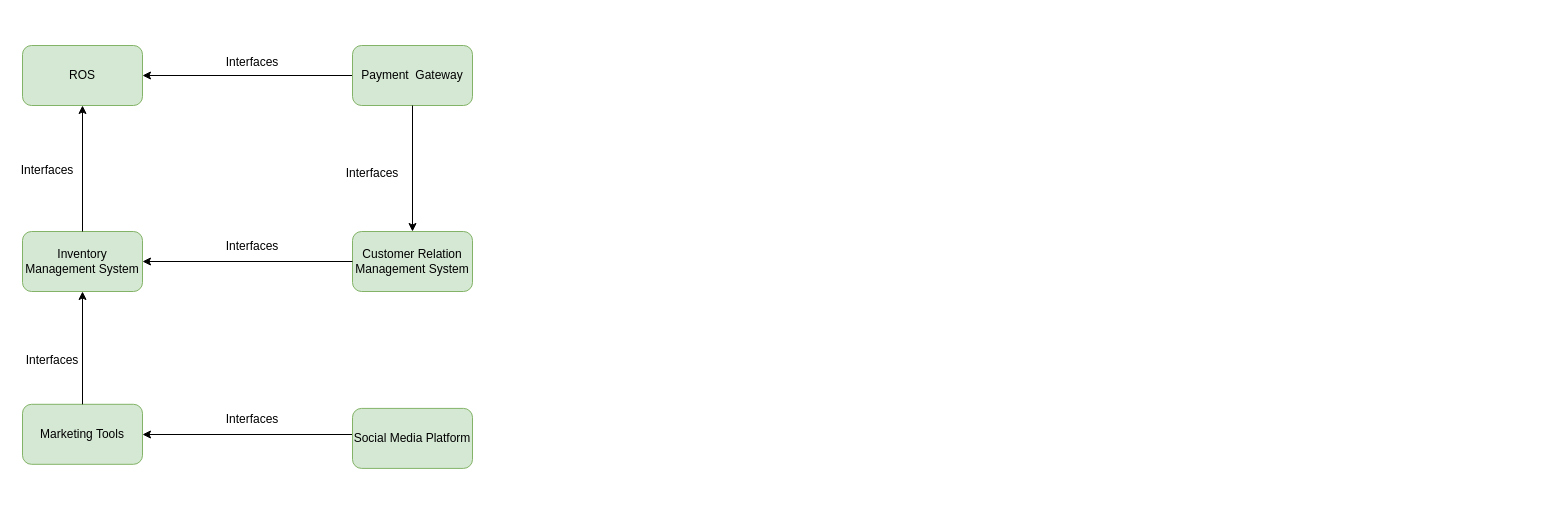
PloKoon68/Sport-Complexes-Management-System-Database keeps this draw.io diagram as Untitled Diagram.drawio. Above is the earlier version. Source tidied: cells renumbered, new cells numbered last; positions are measured from the earlier drawing's top-left corner, leaving out a move shared by most shapes. Both pictures are drawn from the tidied source at 100%, with x=0, y=0 at pixel (17, 45).
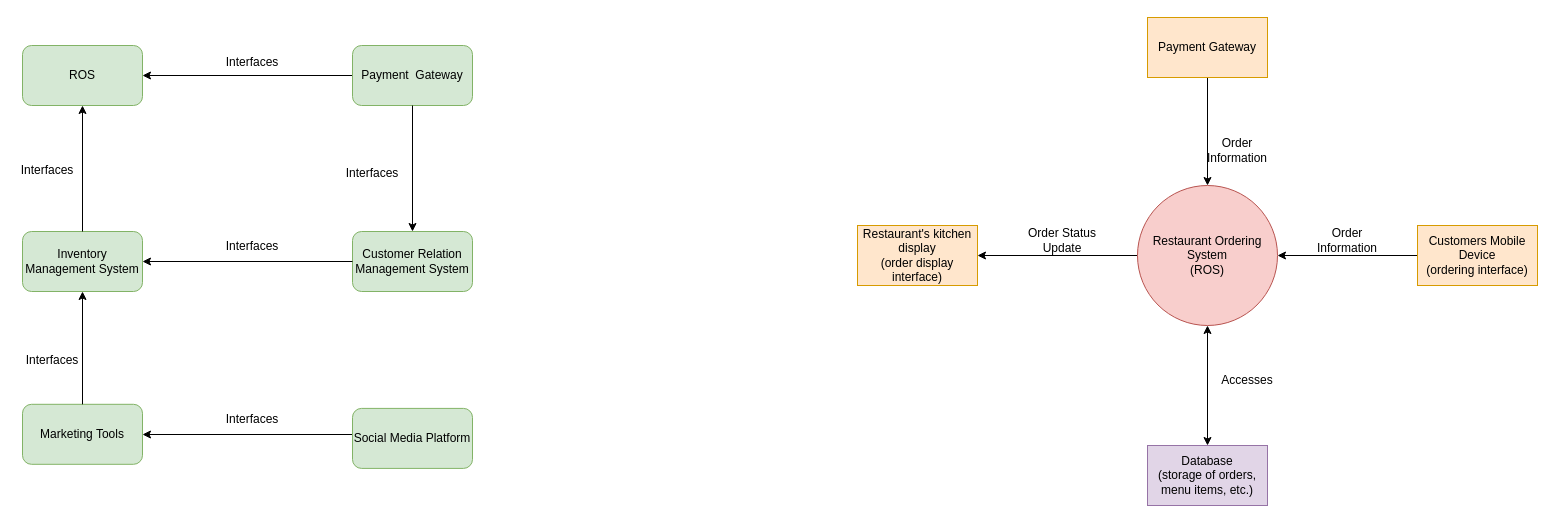
After the change.

The edit, as a diff of the source:
```diff
@@
+    <mxCell id="20" style="edgeStyle=orthogonalEdgeStyle;rounded=0;jettySize=auto;html=1;entryX=1;entryY=0.5;entryDx=0;entryDy=0;" parent="1" edge="1" source="21" target="24">
+      <mxGeometry relative="1" as="geometry" />
+    </mxCell>
+    <mxCell id="21" value="Restaurant Ordering System&lt;br&gt;(ROS)" style="ellipse;whiteSpace=wrap;html=1;fillColor=#f8cecc;strokeColor=#b85450;" parent="1" vertex="1">
+      <mxGeometry x="1120" y="140" width="140" height="140" as="geometry" />
+    </mxCell>
+    <mxCell id="22" style="edgeStyle=orthogonalEdgeStyle;rounded=0;jettySize=auto;html=1;exitX=0;exitY=0.5;exitDx=0;exitDy=0;" parent="1" edge="1" source="23" target="21">
+      <mxGeometry relative="1" as="geometry" />
+    </mxCell>
+    <mxCell id="23" value="Customers Mobile Device &lt;br&gt;(ordering interface)" style="rounded=0;whiteSpace=wrap;html=1;fillColor=#ffe6cc;strokeColor=#d79b00;" parent="1" vertex="1">
+      <mxGeometry x="1400" y="180" width="120" height="60" as="geometry" />
+    </mxCell>
+    <mxCell id="24" value="Restaurant's kitchen display &lt;br&gt;(order display interface)" style="rounded=0;whiteSpace=wrap;html=1;fillColor=#ffe6cc;strokeColor=#d79b00;" parent="1" vertex="1">
+      <mxGeometry x="840" y="180" width="120" height="60" as="geometry" />
+    </mxCell>
+    <mxCell id="25" style="edgeStyle=orthogonalEdgeStyle;rounded=0;jettySize=auto;html=1;exitX=0.5;exitY=1;exitDx=0;exitDy=0;" parent="1" edge="1" source="26" target="21">
+      <mxGeometry relative="1" as="geometry" />
+    </mxCell>
+    <mxCell id="26" value="Payment Gateway" style="rounded=0;whiteSpace=wrap;html=1;fillColor=#ffe6cc;strokeColor=#d79b00;" parent="1" vertex="1">
+      <mxGeometry x="1130" y="-28" width="120" height="60" as="geometry" />
+    </mxCell>
+    <mxCell id="27" value="Database &lt;br&gt;(storage of orders, menu items, etc.)" style="rounded=0;whiteSpace=wrap;html=1;fillColor=#e1d5e7;strokeColor=#9673a6;" parent="1" vertex="1">
+      <mxGeometry x="1130" y="400" width="120" height="60" as="geometry" />
+    </mxCell>
+    <mxCell id="28" value="Order Information" style="text;html=1;strokeColor=none;fillColor=none;align=center;verticalAlign=middle;whiteSpace=wrap;rounded=0;" parent="1" vertex="1">
+      <mxGeometry x="1300" y="180" width="60" height="30" as="geometry" />
+    </mxCell>
+    <mxCell id="29" value="Order Status Update" style="text;html=1;strokeColor=none;fillColor=none;align=center;verticalAlign=middle;whiteSpace=wrap;rounded=0;" parent="1" vertex="1">
+      <mxGeometry x="1000" y="180" width="90" height="30" as="geometry" />
+    </mxCell>
+    <mxCell id="30" value="Order Information" style="text;html=1;strokeColor=none;fillColor=none;align=center;verticalAlign=middle;whiteSpace=wrap;rounded=0;" parent="1" vertex="1">
+      <mxGeometry x="1190" y="90" width="60" height="30" as="geometry" />
+    </mxCell>
+    <mxCell id="31" style="endArrow=classic;startArrow=classic;html=1;rounded=0;" parent="1" edge="1" source="27" target="21">
+      <mxGeometry relative="1" as="geometry" />
+    </mxCell>
+    <mxCell id="32" value="Accesses" style="text;html=1;strokeColor=none;fillColor=none;align=center;verticalAlign=middle;whiteSpace=wrap;rounded=0;" parent="1" vertex="1">
+      <mxGeometry x="1200" y="320" width="60" height="30" as="geometry" />
+    </mxCell>
```
